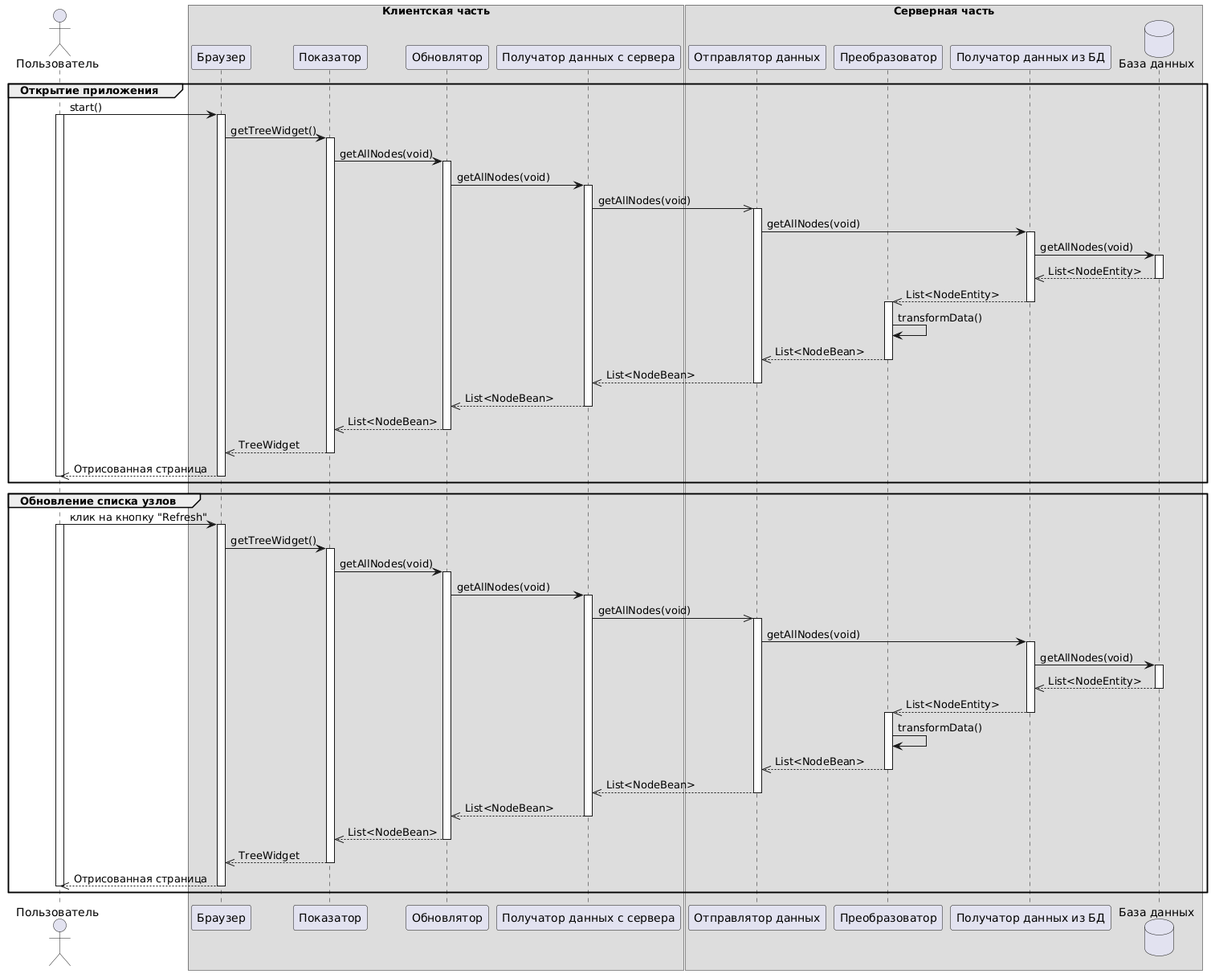
Earlier version of the PlantUML export docs/sequence-diagram.png (dbespa/gwt-tree). The source it was exported from:
```plantuml
@startuml
actor "Пользователь" as user
box "Клиентская часть"
participant "Браузер" as browser
participant "Показатор" as viewer
participant "Обновлятор" as updater
participant "Получатор данных с сервера" as receiver
box end
box "Серверная часть"
participant "Отправлятор данных" as sender
participant "Преобразоватор" as converter
participant "Получатор данных из БД" as receiverDB
database "База данных" as db
box end

group Открытие приложения

user -> browser++:start()
activate user
browser -> viewer++:getTreeWidget()
viewer -> updater++:getAllNodes(void)
updater -> receiver++:getAllNodes(void)
receiver ->> sender++:getAllNodes(void)
sender -> receiverDB++:getAllNodes(void)
receiverDB -> db++:getAllNodes(void)

db -->> receiverDB--:List<NodeEntity>
receiverDB -->> converter--:List<NodeEntity>
activate converter
converter -> converter: transformData()
converter -->> sender--:List<NodeBean>
sender -->> receiver--:List<NodeBean>
receiver -->> updater--:List<NodeBean>
updater -->> viewer--:List<NodeBean>
viewer -->> browser--:TreeWidget
browser -->> user--:Отрисованная страница
deactivate user

end

group Обновление списка узлов

user -> browser++:клик на кнопку "Refresh"
activate user
browser -> viewer++:getTreeWidget()
viewer -> updater++:getAllNodes(void)
updater -> receiver++:getAllNodes(void)
receiver ->> sender++:getAllNodes(void)
sender -> receiverDB++:getAllNodes(void)
receiverDB -> db++:getAllNodes(void)

db -->> receiverDB--:List<NodeEntity>
receiverDB -->> converter--:List<NodeEntity>
activate converter
converter -> converter: transformData()
converter -->> sender--:List<NodeBean>
sender -->> receiver--:List<NodeBean>
receiver -->> updater--:List<NodeBean>
updater -->> viewer--:List<NodeBean>
viewer -->> browser--:TreeWidget
browser -->> user--:Отрисованная страница
deactivate user

end

@enduml
```
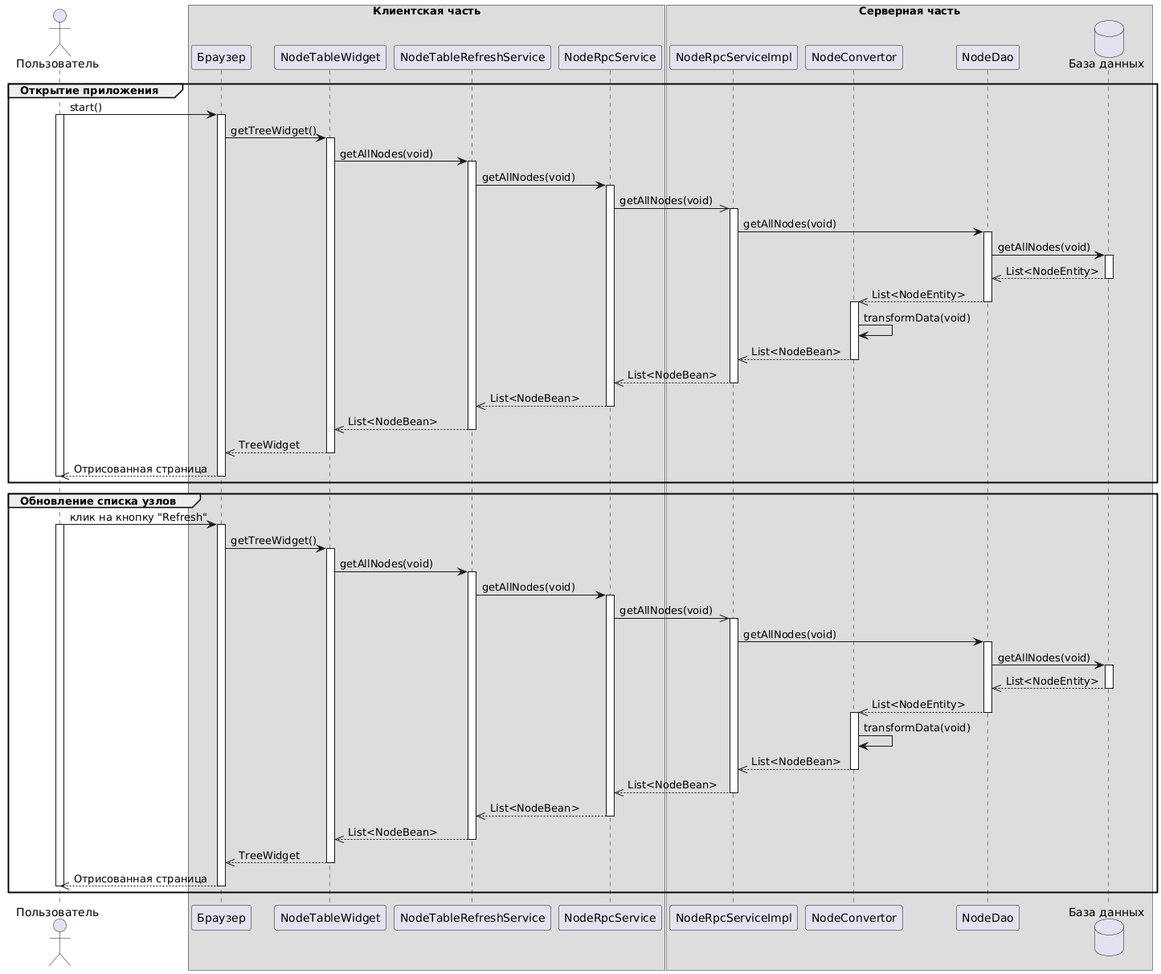
After the commit.

The edit, as a diff of the source:
```diff
@@ -2,14 +2,14 @@
 actor "Пользователь" as user
 box "Клиентская часть"
 participant "Браузер" as browser
-participant "Показатор" as viewer
-participant "Обновлятор" as updater
-participant "Получатор данных с сервера" as receiver
+participant "NodeTableWidget" as widget
+participant "NodeTableRefreshService" as refreshService
+participant "NodeRpcService" as rpcService
 box end
 box "Серверная часть"
-participant "Отправлятор данных" as sender
-participant "Преобразоватор" as converter
-participant "Получатор данных из БД" as receiverDB
+participant "NodeRpcServiceImpl" as rpcServiceImpl
+participant "NodeConvertor" as converter
+participant "NodeDao" as dao
 database "База данных" as db
 box end
 
@@ -17,22 +17,22 @@
 
 user -> browser++:start()
 activate user
-browser -> viewer++:getTreeWidget()
-viewer -> updater++:getAllNodes(void)
-updater -> receiver++:getAllNodes(void)
-receiver ->> sender++:getAllNodes(void)
-sender -> receiverDB++:getAllNodes(void)
-receiverDB -> db++:getAllNodes(void)
+browser -> widget++:getTreeWidget()
+widget -> refreshService++:getAllNodes(void)
+refreshService -> rpcService++:getAllNodes(void)
+rpcService ->> rpcServiceImpl++:getAllNodes(void)
+rpcServiceImpl -> dao++:getAllNodes(void)
+dao -> db++:getAllNodes(void)
 
-db -->> receiverDB--:List<NodeEntity>
-receiverDB -->> converter--:List<NodeEntity>
+db -->> dao--:List<NodeEntity>
+dao -->> converter--:List<NodeEntity>
 activate converter
-converter -> converter: transformData()
-converter -->> sender--:List<NodeBean>
-sender -->> receiver--:List<NodeBean>
-receiver -->> updater--:List<NodeBean>
-updater -->> viewer--:List<NodeBean>
-viewer -->> browser--:TreeWidget
+converter -> converter: transformData(void)
+converter -->> rpcServiceImpl--:List<NodeBean>
+rpcServiceImpl -->> rpcService--:List<NodeBean>
+rpcService -->> refreshService--:List<NodeBean>
+refreshService -->> widget--:List<NodeBean>
+widget -->> browser--:TreeWidget
 browser -->> user--:Отрисованная страница
 deactivate user
 
@@ -42,25 +42,24 @@
 
 user -> browser++:клик на кнопку "Refresh"
 activate user
-browser -> viewer++:getTreeWidget()
-viewer -> updater++:getAllNodes(void)
-updater -> receiver++:getAllNodes(void)
-receiver ->> sender++:getAllNodes(void)
-sender -> receiverDB++:getAllNodes(void)
-receiverDB -> db++:getAllNodes(void)
+browser -> widget++:getTreeWidget()
+widget -> refreshService++:getAllNodes(void)
+refreshService -> rpcService++:getAllNodes(void)
+rpcService ->> rpcServiceImpl++:getAllNodes(void)
+rpcServiceImpl -> dao++:getAllNodes(void)
+dao -> db++:getAllNodes(void)
 
-db -->> receiverDB--:List<NodeEntity>
-receiverDB -->> converter--:List<NodeEntity>
+db -->> dao--:List<NodeEntity>
+dao -->> converter--:List<NodeEntity>
 activate converter
-converter -> converter: transformData()
-converter -->> sender--:List<NodeBean>
-sender -->> receiver--:List<NodeBean>
-receiver -->> updater--:List<NodeBean>
-updater -->> viewer--:List<NodeBean>
-viewer -->> browser--:TreeWidget
+converter -> converter: transformData(void)
+converter -->> rpcServiceImpl--:List<NodeBean>
+rpcServiceImpl -->> rpcService--:List<NodeBean>
+rpcService -->> refreshService--:List<NodeBean>
+refreshService -->> widget--:List<NodeBean>
+widget -->> browser--:TreeWidget
 browser -->> user--:Отрисованная страница
 deactivate user
 
 end
-
 @enduml
```
